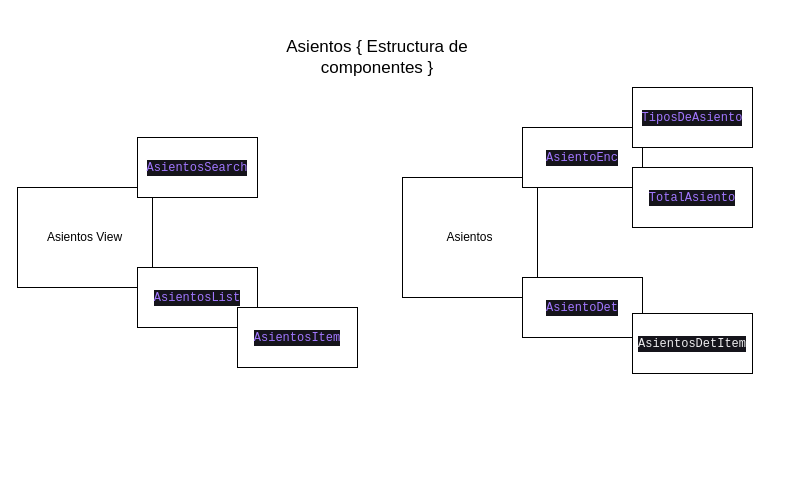
Before: src/assets/diagramas/asientos.drawio in rbrenesr/p-BalanceMate, a draw.io diagram. Source tidied: cells renumbered, new cells numbered last; positions are measured from the earlier drawing's top-left corner, leaving out a move shared by most shapes. Both pictures are drawn from the tidied source at 100%, with x=0, y=0 at pixel (17, 17).
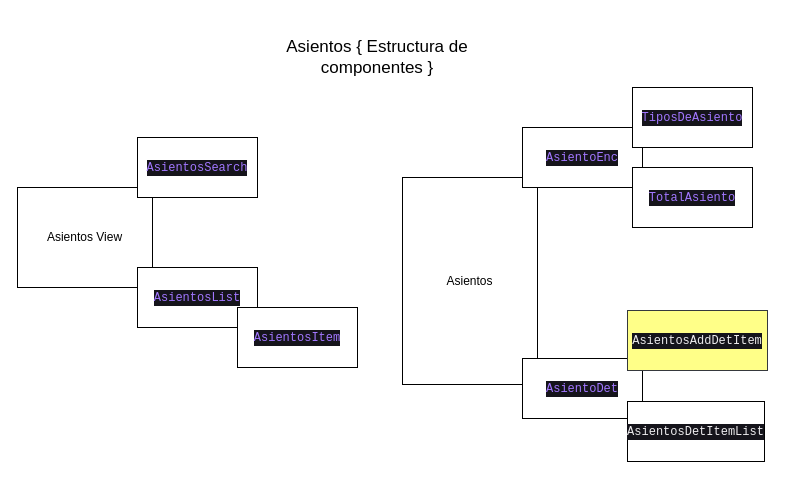
The same diagram, later.

Commit message (it also covers changes not shown here):
save: AsientosItemAdd, Diagram, formateo numérico [rb]

What changed in the source:
```diff
@@
 <mxGraphModel>
   <root>
     <mxCell id="0" />
     <mxCell id="1" parent="0" />
     <mxCell id="2" value="Asientos View" style="rounded=0;whiteSpace=wrap;html=1;" parent="1" vertex="1">
       <mxGeometry y="170" width="135" height="100" as="geometry" />
     </mxCell>
     <mxCell id="3" value="Asientos" style="rounded=0;whiteSpace=wrap;html=1;" parent="1" vertex="1">
-      <mxGeometry x="385" y="160" width="135" height="120" as="geometry" />
+      <mxGeometry x="385" y="160" width="135" height="207" as="geometry" />
     </mxCell>
     <mxCell id="4" value="&lt;div style=&quot;color: rgb(237, 236, 238); background-color: rgb(21, 20, 27); font-family: Consolas, &amp;quot;Courier New&amp;quot;, monospace; line-height: 16px;&quot;&gt;&lt;span style=&quot;color: #a277ff;&quot;&gt;AsientosSearch&lt;/span&gt;&lt;/div&gt;" style="rounded=0;whiteSpace=wrap;html=1;" parent="1" vertex="1">
       <mxGeometry x="120" y="120" width="120" height="60" as="geometry" />
     </mxCell>
     <mxCell id="5" value="&lt;div style=&quot;color: rgb(237, 236, 238); background-color: rgb(21, 20, 27); font-family: Consolas, &amp;quot;Courier New&amp;quot;, monospace; line-height: 16px;&quot;&gt;&lt;span style=&quot;color: #a277ff;&quot;&gt;AsientosList&lt;/span&gt;&lt;/div&gt;" style="rounded=0;whiteSpace=wrap;html=1;" parent="1" vertex="1">
       <mxGeometry x="120" y="250" width="120" height="60" as="geometry" />
     </mxCell>
     <mxCell id="6" value="&lt;div style=&quot;color: rgb(237, 236, 238); background-color: rgb(21, 20, 27); font-family: Consolas, &amp;quot;Courier New&amp;quot;, monospace; line-height: 16px;&quot;&gt;&lt;span style=&quot;color: #a277ff;&quot;&gt;AsientosItem&lt;/span&gt;&lt;/div&gt;" style="rounded=0;whiteSpace=wrap;html=1;" parent="1" vertex="1">
       <mxGeometry x="220" y="290" width="120" height="60" as="geometry" />
     </mxCell>
     <mxCell id="7" value="&lt;div style=&quot;color: rgb(237, 236, 238); background-color: rgb(21, 20, 27); font-family: Consolas, &amp;quot;Courier New&amp;quot;, monospace; line-height: 16px;&quot;&gt;&lt;span style=&quot;color: #a277ff;&quot;&gt;AsientoEnc&lt;/span&gt;&lt;/div&gt;" style="rounded=0;whiteSpace=wrap;html=1;" parent="1" vertex="1">
       <mxGeometry x="505" y="110" width="120" height="60" as="geometry" />
     </mxCell>
     <mxCell id="8" value="&lt;div style=&quot;color: rgb(237, 236, 238); background-color: rgb(21, 20, 27); font-family: Consolas, &amp;quot;Courier New&amp;quot;, monospace; line-height: 16px;&quot;&gt;&lt;span style=&quot;color: #a277ff;&quot;&gt;AsientoDet&lt;/span&gt;&lt;/div&gt;" style="rounded=0;whiteSpace=wrap;html=1;" parent="1" vertex="1">
-      <mxGeometry x="505" y="260" width="120" height="60" as="geometry" />
+      <mxGeometry x="505" y="341" width="120" height="60" as="geometry" />
     </mxCell>
     <mxCell id="9" value="&lt;div style=&quot;color: rgb(237, 236, 238); background-color: rgb(21, 20, 27); font-family: Consolas, &amp;quot;Courier New&amp;quot;, monospace; line-height: 16px;&quot;&gt;&lt;span style=&quot;color: #a277ff;&quot;&gt;TiposDeAsiento&lt;/span&gt;&lt;/div&gt;" style="rounded=0;whiteSpace=wrap;html=1;" parent="1" vertex="1">
       <mxGeometry x="615" y="70" width="120" height="60" as="geometry" />
     </mxCell>
     <mxCell id="10" value="&lt;div style=&quot;color: rgb(237, 236, 238); background-color: rgb(21, 20, 27); font-family: Consolas, &amp;quot;Courier New&amp;quot;, monospace; line-height: 16px;&quot;&gt;&lt;span style=&quot;color: #a277ff;&quot;&gt;TotalAsiento&lt;/span&gt;&lt;/div&gt;" style="rounded=0;whiteSpace=wrap;html=1;" parent="1" vertex="1">
       <mxGeometry x="615" y="150" width="120" height="60" as="geometry" />
     </mxCell>
-    <mxCell id="11" value="&lt;div style=&quot;color: rgb(237, 236, 238); background-color: rgb(21, 20, 27); font-family: Consolas, &amp;quot;Courier New&amp;quot;, monospace; line-height: 16px;&quot;&gt;AsientosDetItem&lt;/div&gt;" style="rounded=0;whiteSpace=wrap;html=1;" parent="1" vertex="1">
-      <mxGeometry x="615" y="296" width="120" height="60" as="geometry" />
+    <mxCell id="11" value="&lt;div style=&quot;color: rgb(237, 236, 238); background-color: rgb(21, 20, 27); font-family: Consolas, &amp;quot;Courier New&amp;quot;, monospace; line-height: 16px;&quot;&gt;AsientosDetItemList&lt;/div&gt;" style="rounded=0;whiteSpace=wrap;html=1;" parent="1" vertex="1">
+      <mxGeometry x="610" y="384" width="137" height="60" as="geometry" />
     </mxCell>
     <mxCell id="12" value="Asientos { Estructura de componentes }" style="text;html=1;strokeColor=none;fillColor=none;align=center;verticalAlign=middle;whiteSpace=wrap;rounded=0;fontSize=17;" parent="1" vertex="1">
       <mxGeometry x="260" width="200" height="80" as="geometry" />
     </mxCell>
+    <mxCell id="13" value="&lt;div style=&quot;color: rgb(237, 236, 238); background-color: rgb(21, 20, 27); font-family: Consolas, &amp;quot;Courier New&amp;quot;, monospace; line-height: 16px;&quot;&gt;AsientosAddDetItem&lt;/div&gt;" style="rounded=0;whiteSpace=wrap;html=1;fillColor=#ffff88;strokeColor=#36393d;" parent="1" vertex="1">
+      <mxGeometry x="610" y="293" width="140" height="60" as="geometry" />
+    </mxCell>
   </root>
 </mxGraphModel>
```
